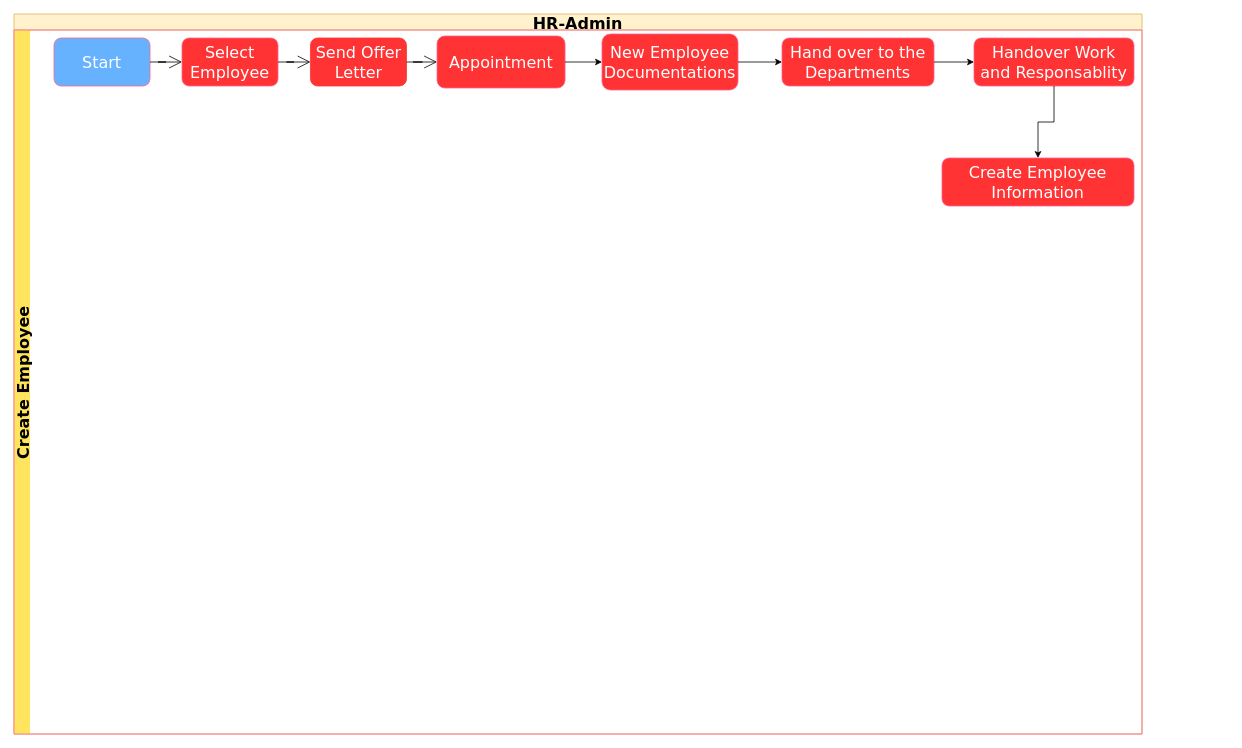
Earlier version of the draw.io diagram page "Page-2" (2 of 2) of HR Recruitment.drawio (santo1989/Diagram). Source tidied: cells renumbered, new cells numbered last; positions are measured from the earlier drawing's top-left corner, leaving out a move shared by most shapes. Both pictures are drawn from the tidied source at 80%, with x=0, y=0 at pixel (14, 14).
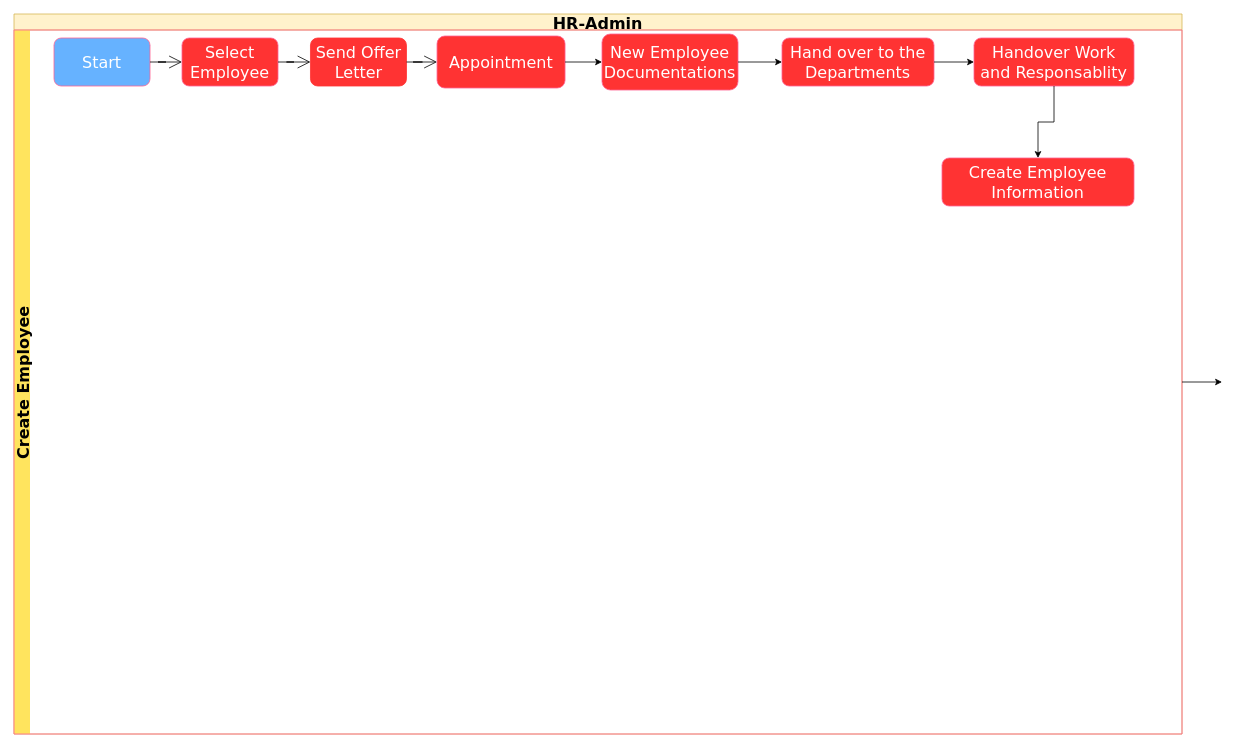
After the change.

Change to the diagram source:
```diff
@@
     <mxCell id="2" value="HR-Admin" style="swimlane;horizontal=1;startSize=20;hachureGap=4;fontFamily=Verdana;fontSize=20;strokeColor=#d6b656;fillColor=#fff2cc;" parent="1" vertex="1">
-      <mxGeometry width="1410" height="900" as="geometry" />
+      <mxGeometry width="1460" height="900" as="geometry" />
     </mxCell>
     <mxCell id="3" value="Create Employee" style="swimlane;startSize=20;horizontal=0;hachureGap=4;fontFamily=Verdana;fontSize=20;fontColor=#000000;strokeColor=#FF6392;fillColor=#FFE45E;swimlaneLine=0;" parent="2" vertex="1">
-      <mxGeometry y="20" width="1410" height="880" as="geometry" />
+      <mxGeometry y="20" width="1460" height="880" as="geometry" />
     </mxCell>
@@
+    <mxCell id="19" style="edgeStyle=orthogonalEdgeStyle;rounded=0;jettySize=auto;html=1;" parent="1" edge="1" source="3">
+      <mxGeometry relative="1" as="geometry">
+        <mxPoint x="1510" y="460" as="targetPoint" />
+      </mxGeometry>
+    </mxCell>
```
